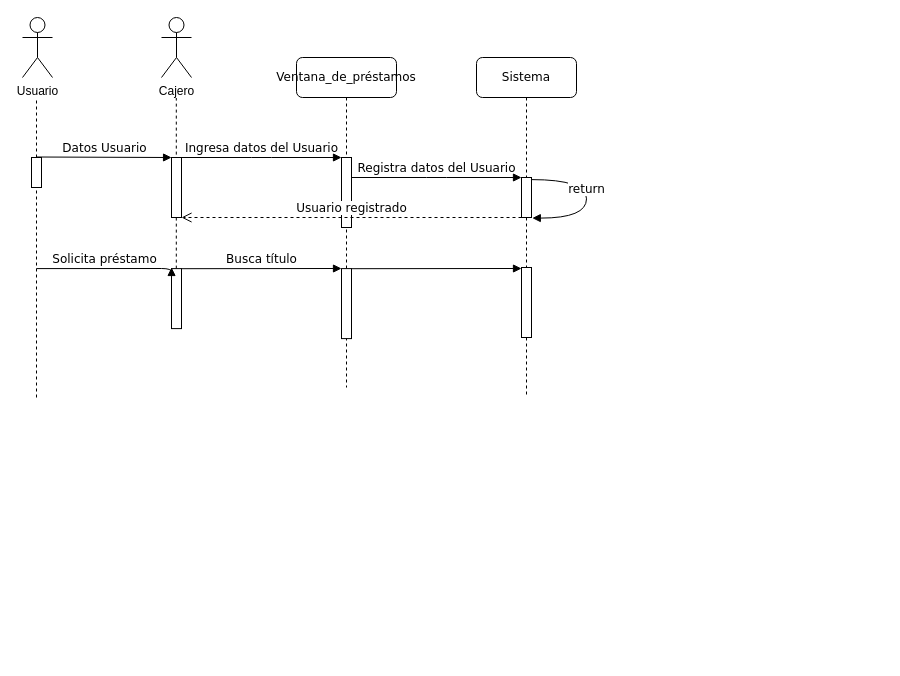
Before: Diagrama de Secuencia blockbuster.drawio in andreamorenom/Laboratorio-Empresarial, a draw.io diagram. Source tidied: cells renumbered, new cells numbered last; positions are measured from the earlier drawing's top-left corner, leaving out a move shared by most shapes. Both pictures are drawn from the tidied source at 100%, with x=0, y=0 at pixel (22, 17).
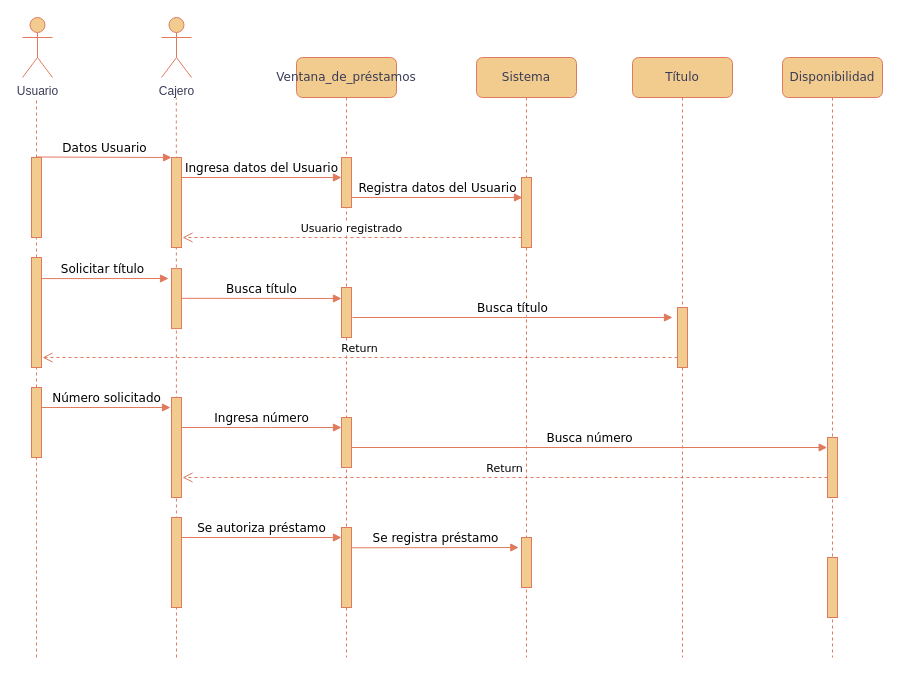
The same diagram, later.

The edit, as a diff of the source:
```diff
@@
-    <mxCell id="2" style="endArrow=none;dashed=1;html=1;rounded=0;" parent="1" edge="1" source="22">
+    <mxCell id="2" style="endArrow=none;dashed=1;html=1;rounded=0;labelBackgroundColor=none;strokeColor=#E07A5F;fontColor=default;" parent="1" edge="1" source="22">
       <mxGeometry relative="1" as="geometry">
         <mxPoint x="14" y="79.6" as="targetPoint" />
       </mxGeometry>
     </mxCell>
-    <mxCell id="3" style="endArrow=none;dashed=1;html=1;rounded=0;" parent="1" edge="1" source="19">
+    <mxCell id="3" style="endArrow=none;dashed=1;html=1;rounded=0;labelBackgroundColor=none;strokeColor=#E07A5F;fontColor=default;" parent="1" edge="1">
       <mxGeometry relative="1" as="geometry">
+        <mxPoint x="154" y="640" as="sourcePoint" />
         <mxPoint x="153.8" y="80" as="targetPoint" />
       </mxGeometry>
     </mxCell>
-    <mxCell id="4" value="Ventana_de_préstamos" style="shape=umlLifeline;perimeter=lifelinePerimeter;whiteSpace=wrap;html=1;rounded=1;shadow=0;comic=0;labelBackgroundColor=none;strokeWidth=1;fontFamily=Verdana;fontSize=12;align=center;" parent="1" vertex="1">
-      <mxGeometry x="274" y="40" width="100" height="330" as="geometry" />
+    <mxCell id="4" value="Ventana_de_préstamos" style="shape=umlLifeline;perimeter=lifelinePerimeter;whiteSpace=wrap;html=1;rounded=1;shadow=0;comic=0;labelBackgroundColor=none;strokeWidth=1;fontFamily=Verdana;fontSize=12;align=center;fillColor=#F2CC8F;strokeColor=#E07A5F;fontColor=#393C56;" parent="1" vertex="1">
+      <mxGeometry x="274" y="40" width="100" height="600" as="geometry" />
     </mxCell>
-    <mxCell id="5" style="html=1;points=[];perimeter=orthogonalPerimeter;rounded=0;shadow=0;comic=0;labelBackgroundColor=none;strokeWidth=1;fontFamily=Verdana;fontSize=12;align=center;" parent="4" vertex="1">
-      <mxGeometry x="45" y="100" width="10" height="70" as="geometry" />
+    <mxCell id="5" style="html=1;points=[];perimeter=orthogonalPerimeter;rounded=0;shadow=0;comic=0;labelBackgroundColor=none;strokeWidth=1;fontFamily=Verdana;fontSize=12;align=center;fillColor=#F2CC8F;strokeColor=#E07A5F;fontColor=#393C56;" parent="4" vertex="1">
+      <mxGeometry x="45" y="100" width="10" height="50" as="geometry" />
     </mxCell>
-    <mxCell id="6" style="html=1;perimeter=orthogonalPerimeter;rounded=0;shadow=0;comic=0;labelBackgroundColor=none;strokeWidth=1;fontFamily=Verdana;fontSize=12;align=center;" parent="4" vertex="1">
-      <mxGeometry x="45" y="211.1" width="10" height="70" as="geometry" />
+    <mxCell id="6" style="html=1;perimeter=orthogonalPerimeter;rounded=0;shadow=0;comic=0;labelBackgroundColor=none;strokeWidth=1;fontFamily=Verdana;fontSize=12;align=center;fillColor=#F2CC8F;strokeColor=#E07A5F;fontColor=#393C56;" parent="4" vertex="1">
+      <mxGeometry x="45" y="230" width="10" height="50" as="geometry" />
     </mxCell>
-    <mxCell id="7" style="html=1;verticalAlign=bottom;endArrow=block;entryX=0;entryY=0;labelBackgroundColor=none;fontFamily=Verdana;fontSize=12;edgeStyle=elbowEdgeStyle;elbow=vertical;" parent="4" edge="1">
-      <mxGeometry x="-0.35" y="-70" relative="1" as="geometry">
-        <mxPoint x="55" y="211.2" as="sourcePoint" />
-        <mxPoint x="225" y="211.2" as="targetPoint" />
-      </mxGeometry>
-    </mxCell>
+    <mxCell id="24" style="html=1;perimeter=orthogonalPerimeter;rounded=0;shadow=0;comic=0;labelBackgroundColor=none;strokeWidth=1;fontFamily=Verdana;fontSize=12;align=center;fillColor=#F2CC8F;strokeColor=#E07A5F;fontColor=#393C56;" parent="4" vertex="1">
+      <mxGeometry x="45" y="360" width="10" height="50" as="geometry" />
+    </mxCell>
+    <mxCell id="25" value="Busca número" style="html=1;verticalAlign=bottom;endArrow=block;labelBackgroundColor=none;fontFamily=Verdana;fontSize=12;edgeStyle=elbowEdgeStyle;elbow=vertical;entryX=-0.033;entryY=0.161;entryDx=0;entryDy=0;entryPerimeter=0;strokeColor=#E07A5F;fontColor=default;" parent="4" edge="1" target="41">
+      <mxGeometry relative="1" as="geometry">
+        <mxPoint x="55" y="390" as="sourcePoint" />
+      </mxGeometry>
+    </mxCell>
+    <mxCell id="26" style="html=1;perimeter=orthogonalPerimeter;rounded=0;shadow=0;comic=0;labelBackgroundColor=none;strokeWidth=1;fontFamily=Verdana;fontSize=12;align=center;fillColor=#F2CC8F;strokeColor=#E07A5F;fontColor=#393C56;" parent="4" vertex="1">
+      <mxGeometry x="45" y="470" width="10" height="80" as="geometry" />
+    </mxCell>
+    <mxCell id="27" value="Se registra préstamo" style="html=1;verticalAlign=bottom;endArrow=block;labelBackgroundColor=none;fontFamily=Verdana;fontSize=12;edgeStyle=elbowEdgeStyle;elbow=vertical;entryX=-0.172;entryY=0.204;entryDx=0;entryDy=0;entryPerimeter=0;strokeColor=#E07A5F;fontColor=default;" parent="4" edge="1">
+      <mxGeometry relative="1" as="geometry">
+        <mxPoint x="55" y="490.3" as="sourcePoint" />
+        <mxPoint x="222.3" y="490.2" as="targetPoint" />
+      </mxGeometry>
+    </mxCell>
-    <mxCell id="8" value="Sistema" style="shape=umlLifeline;perimeter=lifelinePerimeter;whiteSpace=wrap;html=1;rounded=1;shadow=0;comic=0;labelBackgroundColor=none;strokeWidth=1;fontFamily=Verdana;fontSize=12;align=center;" parent="1" vertex="1">
-      <mxGeometry x="454" y="40" width="100" height="340" as="geometry" />
+    <mxCell id="8" value="Sistema" style="shape=umlLifeline;perimeter=lifelinePerimeter;whiteSpace=wrap;html=1;rounded=1;shadow=0;comic=0;labelBackgroundColor=none;strokeWidth=1;fontFamily=Verdana;fontSize=12;align=center;fillColor=#F2CC8F;strokeColor=#E07A5F;fontColor=#393C56;" parent="1" vertex="1">
+      <mxGeometry x="454" y="40" width="100" height="600" as="geometry" />
     </mxCell>
-    <mxCell id="9" style="html=1;points=[];perimeter=orthogonalPerimeter;rounded=0;shadow=0;comic=0;labelBackgroundColor=none;strokeWidth=1;fontFamily=Verdana;fontSize=12;align=center;" parent="8" vertex="1">
-      <mxGeometry x="45" y="120" width="10" height="40" as="geometry" />
+    <mxCell id="9" style="html=1;points=[];perimeter=orthogonalPerimeter;rounded=0;shadow=0;comic=0;labelBackgroundColor=none;strokeWidth=1;fontFamily=Verdana;fontSize=12;align=center;fillColor=#F2CC8F;strokeColor=#E07A5F;fontColor=#393C56;" parent="8" vertex="1">
+      <mxGeometry x="45" y="120" width="10" height="70" as="geometry" />
     </mxCell>
-    <mxCell id="10" value="&lt;span style=&quot;background-color: light-dark(#ffffff, var(--ge-dark-color, #121212));&quot;&gt;return&lt;/span&gt;" style="html=1;verticalAlign=bottom;endArrow=block;labelBackgroundColor=none;fontFamily=Verdana;fontSize=12;elbow=vertical;edgeStyle=orthogonalEdgeStyle;curved=1;exitX=1.038;exitY=0.345;exitPerimeter=0;entryX=1.08;entryY=1.015;entryDx=0;entryDy=0;entryPerimeter=0;" parent="8" edge="1" target="9">
-      <mxGeometry relative="1" as="geometry">
-        <mxPoint x="55" y="122.1" as="sourcePoint" />
-        <Array as="points">
-          <mxPoint x="110" y="122" />
-          <mxPoint x="110" y="161" />
-        </Array>
-      </mxGeometry>
-    </mxCell>
-    <mxCell id="11" style="html=1;perimeter=orthogonalPerimeter;rounded=0;shadow=0;comic=0;labelBackgroundColor=none;strokeWidth=1;fontFamily=Verdana;fontSize=12;align=center;" parent="8" vertex="1">
-      <mxGeometry x="45" y="210" width="10" height="70" as="geometry" />
-    </mxCell>
+    <mxCell id="28" value="&lt;span style=&quot;background-color: light-dark(#ffffff, var(--ge-dark-color, #121212));&quot;&gt;Busca título&lt;/span&gt;" style="html=1;verticalAlign=bottom;endArrow=block;labelBackgroundColor=none;fontFamily=Verdana;fontSize=12;edgeStyle=elbowEdgeStyle;elbow=vertical;strokeColor=#E07A5F;fontColor=default;" parent="8" edge="1">
+      <mxGeometry relative="1" as="geometry">
+        <mxPoint x="-124" y="260" as="sourcePoint" />
+        <mxPoint x="196" y="260" as="targetPoint" />
+      </mxGeometry>
+    </mxCell>
+    <mxCell id="29" value="&lt;span style=&quot;background-color: light-dark(#ffffff, var(--ge-dark-color, #121212));&quot;&gt;&lt;font style=&quot;font-size: 11px;&quot;&gt;Return&lt;/font&gt;&lt;/span&gt;" style="html=1;verticalAlign=bottom;endArrow=open;dashed=1;endSize=8;labelBackgroundColor=none;fontFamily=Verdana;fontSize=12;edgeStyle=elbowEdgeStyle;elbow=vertical;strokeColor=#E07A5F;fontColor=default;" parent="8" edge="1">
+      <mxGeometry relative="1" as="geometry">
+        <mxPoint x="351" y="420" as="sourcePoint" />
+        <mxPoint x="-294" y="420" as="targetPoint" />
+        <Array as="points">
+          <mxPoint x="-264" y="420" />
+        </Array>
+      </mxGeometry>
+    </mxCell>
+    <mxCell id="30" style="html=1;perimeter=orthogonalPerimeter;rounded=0;shadow=0;comic=0;labelBackgroundColor=none;strokeWidth=1;fontFamily=Verdana;fontSize=12;align=center;fillColor=#F2CC8F;strokeColor=#E07A5F;fontColor=#393C56;" parent="8" vertex="1">
+      <mxGeometry x="45" y="480" width="10" height="50" as="geometry" />
+    </mxCell>
-    <mxCell id="12" value="Ingresa datos del Usuario" style="html=1;verticalAlign=bottom;endArrow=block;entryX=0;entryY=0;labelBackgroundColor=none;fontFamily=Verdana;fontSize=12;edgeStyle=elbowEdgeStyle;elbow=vertical;" parent="1" edge="1" source="14" target="5">
-      <mxGeometry relative="1" as="geometry" />
+    <mxCell id="12" value="Ingresa datos del Usuario" style="html=1;verticalAlign=bottom;endArrow=block;entryX=0;entryY=0;labelBackgroundColor=none;fontFamily=Verdana;fontSize=12;edgeStyle=elbowEdgeStyle;elbow=vertical;strokeColor=#E07A5F;fontColor=default;" parent="1" edge="1">
+      <mxGeometry relative="1" as="geometry">
+        <mxPoint x="159" y="160" as="sourcePoint" />
+        <mxPoint x="319" y="160" as="targetPoint" />
+      </mxGeometry>
     </mxCell>
-    <mxCell id="13" value="Registra datos del Usuario" style="html=1;verticalAlign=bottom;endArrow=block;entryX=0;entryY=0;labelBackgroundColor=none;fontFamily=Verdana;fontSize=12;edgeStyle=elbowEdgeStyle;elbow=vertical;" parent="1" edge="1" source="5" target="9">
-      <mxGeometry relative="1" as="geometry" />
+    <mxCell id="13" value="Registra datos del Usuario" style="html=1;verticalAlign=bottom;endArrow=block;labelBackgroundColor=none;fontFamily=Verdana;fontSize=12;edgeStyle=elbowEdgeStyle;elbow=vertical;strokeColor=#E07A5F;fontColor=default;" parent="1" edge="1" source="5">
+      <mxGeometry relative="1" as="geometry">
+        <mxPoint x="500" y="180" as="targetPoint" />
+        <Array as="points">
+          <mxPoint x="480" y="180" />
+        </Array>
+      </mxGeometry>
     </mxCell>
-    <mxCell id="14" style="html=1;points=[];perimeter=orthogonalPerimeter;rounded=0;shadow=0;comic=0;labelBackgroundColor=none;strokeWidth=1;fontFamily=Verdana;fontSize=12;align=center;" parent="1" vertex="1">
-      <mxGeometry x="149" y="140" width="10" height="60" as="geometry" />
+    <mxCell id="14" style="html=1;points=[];perimeter=orthogonalPerimeter;rounded=0;shadow=0;comic=0;labelBackgroundColor=none;strokeWidth=1;fontFamily=Verdana;fontSize=12;align=center;fillColor=#F2CC8F;strokeColor=#E07A5F;fontColor=#393C56;" parent="1" vertex="1">
+      <mxGeometry x="149" y="140" width="10" height="90" as="geometry" />
     </mxCell>
-    <mxCell id="15" value="&lt;span style=&quot;background-color: light-dark(#ffffff, var(--ge-dark-color, #121212));&quot;&gt;Cajero&lt;/span&gt;" style="shape=umlActor;verticalLabelPosition=bottom;verticalAlign=top;html=1;" parent="1" vertex="1">
+    <mxCell id="15" value="&lt;span style=&quot;background-color: light-dark(#ffffff, var(--ge-dark-color, #121212));&quot;&gt;Cajero&lt;/span&gt;" style="shape=umlActor;verticalLabelPosition=bottom;verticalAlign=top;html=1;labelBackgroundColor=none;fillColor=#F2CC8F;strokeColor=#E07A5F;fontColor=#393C56;" parent="1" vertex="1">
       <mxGeometry x="139" width="30" height="60" as="geometry" />
     </mxCell>
-    <mxCell id="16" value="&lt;span style=&quot;background-color: light-dark(#ffffff, var(--ge-dark-color, #121212));&quot;&gt;Usuario registrado&lt;/span&gt;" style="html=1;verticalAlign=bottom;endArrow=open;dashed=1;endSize=8;labelBackgroundColor=none;fontFamily=Verdana;fontSize=12;edgeStyle=elbowEdgeStyle;elbow=vertical;" parent="1" edge="1" source="9">
+    <mxCell id="16" value="&lt;span style=&quot;background-color: light-dark(#ffffff, var(--ge-dark-color, #121212));&quot;&gt;&lt;font style=&quot;font-size: 11px;&quot;&gt;Usuario registrado&lt;/font&gt;&lt;/span&gt;" style="html=1;verticalAlign=bottom;endArrow=open;dashed=1;endSize=8;labelBackgroundColor=none;fontFamily=Verdana;fontSize=12;edgeStyle=elbowEdgeStyle;elbow=vertical;strokeColor=#E07A5F;fontColor=default;" parent="1" edge="1" source="9">
       <mxGeometry relative="1" as="geometry">
-        <mxPoint x="159" y="200" as="targetPoint" />
+        <mxPoint x="160" y="220" as="targetPoint" />
+        <Array as="points">
+          <mxPoint x="430" y="220" />
+        </Array>
       </mxGeometry>
     </mxCell>
-    <mxCell id="17" value="&lt;span style=&quot;background-color: light-dark(#ffffff, var(--ge-dark-color, #121212));&quot;&gt;Usuario&lt;/span&gt;" style="shape=umlActor;verticalLabelPosition=bottom;verticalAlign=top;html=1;" parent="1" vertex="1">
+    <mxCell id="17" value="&lt;span style=&quot;background-color: light-dark(#ffffff, var(--ge-dark-color, #121212));&quot;&gt;Usuario&lt;/span&gt;" style="shape=umlActor;verticalLabelPosition=bottom;verticalAlign=top;html=1;labelBackgroundColor=none;fillColor=#F2CC8F;strokeColor=#E07A5F;fontColor=#393C56;" parent="1" vertex="1">
       <mxGeometry width="30" height="60" as="geometry" />
     </mxCell>
-    <mxCell id="18" value="Datos Usuario" style="html=1;verticalAlign=bottom;endArrow=block;labelBackgroundColor=none;fontFamily=Verdana;fontSize=12;edgeStyle=elbowEdgeStyle;elbow=vertical;entryX=0.006;entryY=0.001;entryDx=0;entryDy=0;entryPerimeter=0;" parent="1" edge="1" target="14">
+    <mxCell id="18" value="Datos Usuario" style="html=1;verticalAlign=bottom;endArrow=block;labelBackgroundColor=none;fontFamily=Verdana;fontSize=12;edgeStyle=elbowEdgeStyle;elbow=vertical;entryX=0.006;entryY=0.001;entryDx=0;entryDy=0;entryPerimeter=0;strokeColor=#E07A5F;fontColor=default;" parent="1" edge="1" target="14">
       <mxGeometry relative="1" as="geometry">
         <mxPoint x="14" y="139.5" as="sourcePoint" />
       </mxGeometry>
     </mxCell>
-    <mxCell id="19" style="html=1;points=[];perimeter=orthogonalPerimeter;rounded=0;shadow=0;comic=0;labelBackgroundColor=none;strokeWidth=1;fontFamily=Verdana;fontSize=12;align=center;" parent="1" vertex="1">
+    <mxCell id="19" style="html=1;points=[];perimeter=orthogonalPerimeter;rounded=0;shadow=0;comic=0;labelBackgroundColor=none;strokeWidth=1;fontFamily=Verdana;fontSize=12;align=center;fillColor=#F2CC8F;strokeColor=#E07A5F;fontColor=#393C56;" parent="1" vertex="1">
       <mxGeometry x="149" y="251.1" width="10" height="60" as="geometry" />
     </mxCell>
-    <mxCell id="20" value="Solicita préstamo" style="html=1;verticalAlign=bottom;endArrow=block;labelBackgroundColor=none;fontFamily=Verdana;fontSize=12;edgeStyle=elbowEdgeStyle;elbow=vertical;entryX=0.006;entryY=-0.019;entryDx=0;entryDy=0;entryPerimeter=0;" parent="1" edge="1" target="19">
+    <mxCell id="20" value="Solicitar título" style="html=1;verticalAlign=bottom;endArrow=block;labelBackgroundColor=none;fontFamily=Verdana;fontSize=12;edgeStyle=elbowEdgeStyle;elbow=vertical;entryX=-0.295;entryY=0.174;entryDx=0;entryDy=0;entryPerimeter=0;strokeColor=#E07A5F;fontColor=default;" parent="1" edge="1" target="19">
       <mxGeometry relative="1" as="geometry">
-        <mxPoint x="14" y="251.1" as="sourcePoint" />
+        <mxPoint x="13.9" y="261.1" as="sourcePoint" />
       </mxGeometry>
     </mxCell>
-    <mxCell id="21" style="endArrow=none;dashed=1;html=1;rounded=0;" parent="1" edge="1" target="22">
-      <mxGeometry relative="1" as="geometry">
-        <mxPoint x="14" y="380" as="sourcePoint" />
-      </mxGeometry>
+    <mxCell id="21" style="endArrow=none;dashed=1;html=1;rounded=0;labelBackgroundColor=none;strokeColor=#E07A5F;fontColor=default;" parent="1" edge="1" source="32" target="22">
+      <mxGeometry relative="1" as="geometry" />
     </mxCell>
-    <mxCell id="22" style="html=1;points=[];perimeter=orthogonalPerimeter;rounded=0;shadow=0;comic=0;labelBackgroundColor=none;strokeWidth=1;fontFamily=Verdana;fontSize=12;align=center;" parent="1" vertex="1">
-      <mxGeometry x="9" y="140" width="10" height="30" as="geometry" />
+    <mxCell id="22" style="html=1;points=[];perimeter=orthogonalPerimeter;rounded=0;shadow=0;comic=0;labelBackgroundColor=none;strokeWidth=1;fontFamily=Verdana;fontSize=12;align=center;fillColor=#F2CC8F;strokeColor=#E07A5F;fontColor=#393C56;" parent="1" vertex="1">
+      <mxGeometry x="9" y="140" width="10" height="80" as="geometry" />
     </mxCell>
-    <mxCell id="23" value="Busca título" style="html=1;verticalAlign=bottom;endArrow=block;entryX=0;entryY=0;labelBackgroundColor=none;fontFamily=Verdana;fontSize=12;edgeStyle=elbowEdgeStyle;elbow=vertical;" parent="1" edge="1">
+    <mxCell id="23" value="Busca título" style="html=1;verticalAlign=bottom;endArrow=block;entryX=0;entryY=0;labelBackgroundColor=none;fontFamily=Verdana;fontSize=12;edgeStyle=elbowEdgeStyle;elbow=vertical;strokeColor=#E07A5F;fontColor=default;" parent="1" edge="1">
       <mxGeometry relative="1" as="geometry">
-        <mxPoint x="159" y="251.2" as="sourcePoint" />
-        <mxPoint x="319" y="251.2" as="targetPoint" />
+        <mxPoint x="159" y="280.8" as="sourcePoint" />
+        <mxPoint x="319" y="280.8" as="targetPoint" />
       </mxGeometry>
     </mxCell>
+    <mxCell id="31" style="endArrow=none;dashed=1;html=1;rounded=0;labelBackgroundColor=none;strokeColor=#E07A5F;fontColor=default;" parent="1" edge="1" source="37" target="32">
+      <mxGeometry relative="1" as="geometry" />
+    </mxCell>
+    <mxCell id="32" style="html=1;points=[];perimeter=orthogonalPerimeter;rounded=0;shadow=0;comic=0;labelBackgroundColor=none;strokeWidth=1;fontFamily=Verdana;fontSize=12;align=center;fillColor=#F2CC8F;strokeColor=#E07A5F;fontColor=#393C56;" parent="1" vertex="1">
+      <mxGeometry x="9" y="240" width="10" height="110" as="geometry" />
+    </mxCell>
+    <mxCell id="33" value="Título" style="shape=umlLifeline;perimeter=lifelinePerimeter;whiteSpace=wrap;html=1;rounded=1;shadow=0;comic=0;labelBackgroundColor=none;strokeWidth=1;fontFamily=Verdana;fontSize=12;align=center;fillColor=#F2CC8F;strokeColor=#E07A5F;fontColor=#393C56;" parent="1" vertex="1">
+      <mxGeometry x="610" y="40" width="100" height="600" as="geometry" />
+    </mxCell>
+    <mxCell id="34" style="html=1;perimeter=orthogonalPerimeter;rounded=0;shadow=0;comic=0;labelBackgroundColor=none;strokeWidth=1;fontFamily=Verdana;fontSize=12;align=center;fillColor=#F2CC8F;strokeColor=#E07A5F;fontColor=#393C56;" parent="33" vertex="1">
+      <mxGeometry x="45" y="250" width="10" height="60" as="geometry" />
+    </mxCell>
+    <mxCell id="35" value="&lt;span style=&quot;background-color: light-dark(#ffffff, var(--ge-dark-color, #121212));&quot;&gt;&lt;font style=&quot;font-size: 11px;&quot;&gt;Return&lt;/font&gt;&lt;/span&gt;" style="html=1;verticalAlign=bottom;endArrow=open;dashed=1;endSize=8;labelBackgroundColor=none;fontFamily=Verdana;fontSize=12;edgeStyle=elbowEdgeStyle;elbow=vertical;strokeColor=#E07A5F;fontColor=default;" parent="33" edge="1">
+      <mxGeometry relative="1" as="geometry">
+        <mxPoint x="45" y="300" as="sourcePoint" />
+        <mxPoint x="-590" y="300" as="targetPoint" />
+        <Array as="points">
+          <mxPoint x="-24" y="300" />
+        </Array>
+      </mxGeometry>
+    </mxCell>
+    <mxCell id="36" style="endArrow=none;dashed=1;html=1;rounded=0;labelBackgroundColor=none;strokeColor=#E07A5F;fontColor=default;" parent="1" edge="1" target="37">
+      <mxGeometry relative="1" as="geometry">
+        <mxPoint x="14" y="640" as="sourcePoint" />
+      </mxGeometry>
+    </mxCell>
+    <mxCell id="37" style="html=1;points=[];perimeter=orthogonalPerimeter;rounded=0;shadow=0;comic=0;labelBackgroundColor=none;strokeWidth=1;fontFamily=Verdana;fontSize=12;align=center;fillColor=#F2CC8F;strokeColor=#E07A5F;fontColor=#393C56;" parent="1" vertex="1">
+      <mxGeometry x="9" y="370" width="10" height="70" as="geometry" />
+    </mxCell>
+    <mxCell id="38" style="html=1;perimeter=orthogonalPerimeter;rounded=0;shadow=0;comic=0;labelBackgroundColor=none;strokeWidth=1;fontFamily=Verdana;fontSize=12;align=center;fillColor=#F2CC8F;strokeColor=#E07A5F;fontColor=#393C56;" parent="1" vertex="1">
+      <mxGeometry x="149" y="380" width="10" height="100" as="geometry" />
+    </mxCell>
+    <mxCell id="39" value="Número solicitado" style="html=1;verticalAlign=bottom;endArrow=block;labelBackgroundColor=none;fontFamily=Verdana;fontSize=12;edgeStyle=elbowEdgeStyle;elbow=vertical;entryX=0.006;entryY=-0.019;entryDx=0;entryDy=0;entryPerimeter=0;strokeColor=#E07A5F;fontColor=default;" parent="1" edge="1">
+      <mxGeometry relative="1" as="geometry">
+        <mxPoint x="19" y="390" as="sourcePoint" />
+        <mxPoint x="148" y="390" as="targetPoint" />
+      </mxGeometry>
+    </mxCell>
+    <mxCell id="40" value="Disponibilidad" style="shape=umlLifeline;perimeter=lifelinePerimeter;whiteSpace=wrap;html=1;rounded=1;shadow=0;comic=0;labelBackgroundColor=none;strokeWidth=1;fontFamily=Verdana;fontSize=12;align=center;fillColor=#F2CC8F;strokeColor=#E07A5F;fontColor=#393C56;" parent="1" vertex="1">
+      <mxGeometry x="760" y="40" width="100" height="600" as="geometry" />
+    </mxCell>
+    <mxCell id="41" style="html=1;points=[];perimeter=orthogonalPerimeter;rounded=0;shadow=0;comic=0;labelBackgroundColor=none;strokeWidth=1;fontFamily=Verdana;fontSize=12;align=center;fillColor=#F2CC8F;strokeColor=#E07A5F;fontColor=#393C56;" parent="40" vertex="1">
+      <mxGeometry x="45" y="380" width="10" height="60" as="geometry" />
+    </mxCell>
+    <mxCell id="42" style="html=1;perimeter=orthogonalPerimeter;rounded=0;shadow=0;comic=0;labelBackgroundColor=none;strokeWidth=1;fontFamily=Verdana;fontSize=12;align=center;fillColor=#F2CC8F;strokeColor=#E07A5F;fontColor=#393C56;" parent="40" vertex="1">
+      <mxGeometry x="45" y="500" width="10" height="60" as="geometry" />
+    </mxCell>
+    <mxCell id="43" value="Ingresa número" style="html=1;verticalAlign=bottom;endArrow=block;labelBackgroundColor=none;fontFamily=Verdana;fontSize=12;edgeStyle=elbowEdgeStyle;elbow=vertical;strokeColor=#E07A5F;fontColor=default;" parent="1" edge="1">
+      <mxGeometry relative="1" as="geometry">
+        <mxPoint x="159" y="410" as="sourcePoint" />
+        <mxPoint x="319" y="410" as="targetPoint" />
+      </mxGeometry>
+    </mxCell>
+    <mxCell id="44" style="endArrow=none;dashed=1;html=1;rounded=0;labelBackgroundColor=none;strokeColor=#E07A5F;fontColor=default;" parent="1" edge="1" target="45">
+      <mxGeometry relative="1" as="geometry">
+        <mxPoint x="154" y="580" as="sourcePoint" />
+      </mxGeometry>
+    </mxCell>
+    <mxCell id="45" style="html=1;points=[];perimeter=orthogonalPerimeter;rounded=0;shadow=0;comic=0;labelBackgroundColor=none;strokeWidth=1;fontFamily=Verdana;fontSize=12;align=center;fillColor=#F2CC8F;strokeColor=#E07A5F;fontColor=#393C56;" parent="1" vertex="1">
+      <mxGeometry x="149" y="500" width="10" height="90" as="geometry" />
+    </mxCell>
+    <mxCell id="46" value="Se autoriza préstamo" style="html=1;verticalAlign=bottom;endArrow=block;labelBackgroundColor=none;fontFamily=Verdana;fontSize=12;edgeStyle=elbowEdgeStyle;elbow=vertical;strokeColor=#E07A5F;fontColor=default;" parent="1" edge="1">
+      <mxGeometry relative="1" as="geometry">
+        <mxPoint x="159" y="520" as="sourcePoint" />
+        <mxPoint x="319" y="520" as="targetPoint" />
+      </mxGeometry>
+    </mxCell>
```
